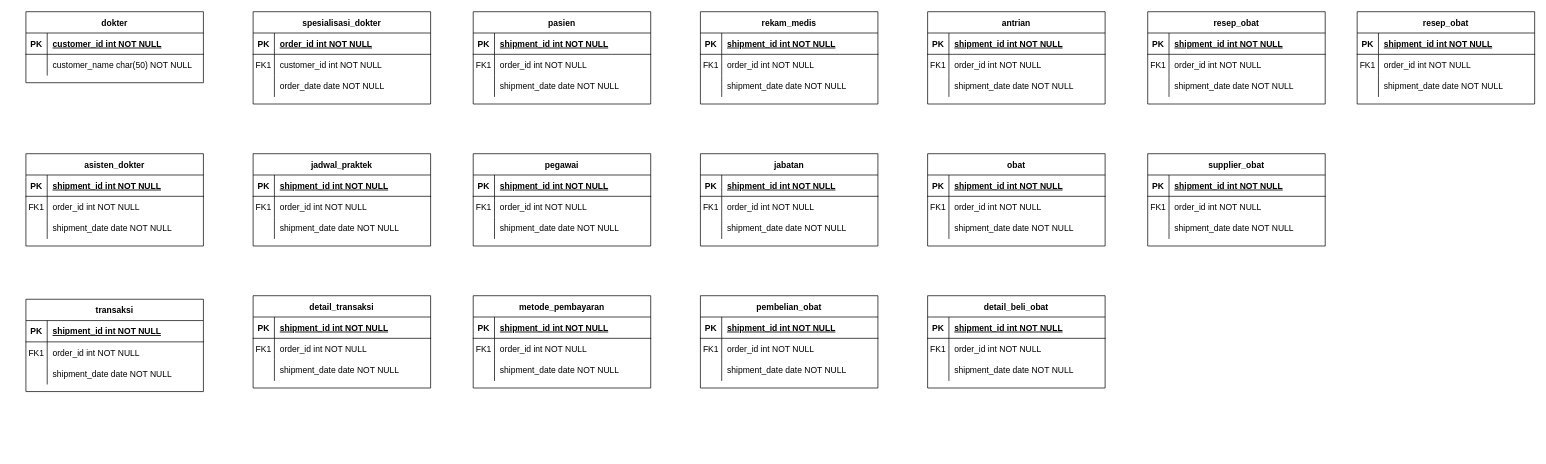
The draw.io diagram PDM_Klinik.drawio in elikawicaksana/BuildIT_BasisData, before the edit. Source tidied: cells renumbered, new cells numbered last; positions are measured from the earlier drawing's top-left corner, leaving out a move shared by most shapes. Both pictures are drawn from the tidied source at 71%, with x=0, y=0 at pixel (26, 11).
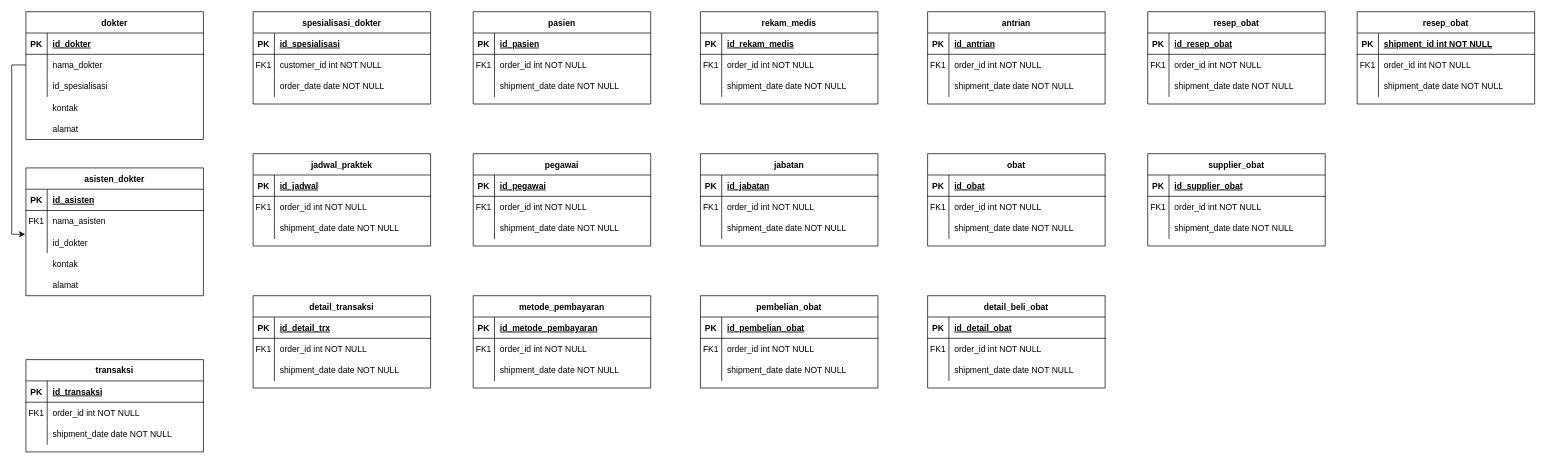
The same page after the edit.

Unchanged cells that the change refers to:
```xml
<mxCell id="3" style="shape=partialRectangle;fillColor=none;top=0;left=0;right=0;bottom=1;" parent="2" vertex="1">
  <mxGeometry y="30" width="250" height="30" as="geometry" />
</mxCell>
<mxCell id="13" style="shape=partialRectangle;fillColor=none;top=0;left=0;right=0;bottom=1;" parent="12" vertex="1">
  <mxGeometry y="30" width="250" height="30" as="geometry" />
</mxCell>
<mxCell id="16" style="shape=partialRectangle;fillColor=none;top=0;left=0;right=0;bottom=0;" parent="12" vertex="1">
  <mxGeometry y="60" width="250" height="30" as="geometry" />
</mxCell>
<mxCell id="19" style="shape=partialRectangle;fillColor=none;points=[[0,0.5],[1,0.5]];portConstraint=eastwest;top=0;left=0;right=0;bottom=0;" parent="12" vertex="1">
  <mxGeometry y="90" width="250" height="30" as="geometry" />
</mxCell>
<mxCell id="23" style="shape=partialRectangle;fillColor=none;top=0;left=0;right=0;bottom=1;" parent="22" vertex="1">
  <mxGeometry y="30" width="250" height="30" as="geometry" />
</mxCell>
<mxCell id="30" style="shape=partialRectangle;fillColor=none;top=0;left=0;right=0;bottom=1;" parent="29" vertex="1">
  <mxGeometry y="30" width="250" height="30" as="geometry" />
</mxCell>
<mxCell id="40" style="shape=partialRectangle;fillColor=none;top=0;left=0;right=0;bottom=1;" parent="39" vertex="1">
  <mxGeometry y="30" width="250" height="30" as="geometry" />
</mxCell>
<mxCell id="50" style="shape=partialRectangle;fillColor=none;top=0;left=0;right=0;bottom=1;" parent="49" vertex="1">
  <mxGeometry y="30" width="250" height="30" as="geometry" />
</mxCell>
<mxCell id="60" style="shape=partialRectangle;fillColor=none;top=0;left=0;right=0;bottom=1;" parent="59" vertex="1">
  <mxGeometry y="30" width="250" height="30" as="geometry" />
</mxCell>
<mxCell id="70" style="shape=partialRectangle;fillColor=none;top=0;left=0;right=0;bottom=1;" parent="69" vertex="1">
  <mxGeometry y="30" width="250" height="30" as="geometry" />
</mxCell>
<mxCell id="80" style="shape=partialRectangle;fillColor=none;top=0;left=0;right=0;bottom=1;" parent="79" vertex="1">
  <mxGeometry y="30" width="250" height="30" as="geometry" />
</mxCell>
<mxCell id="90" style="shape=partialRectangle;fillColor=none;top=0;left=0;right=0;bottom=1;" parent="89" vertex="1">
  <mxGeometry y="30" width="250" height="30" as="geometry" />
</mxCell>
<mxCell id="100" style="shape=partialRectangle;fillColor=none;top=0;left=0;right=0;bottom=1;" parent="99" vertex="1">
  <mxGeometry y="30" width="250" height="30" as="geometry" />
</mxCell>
<mxCell id="110" style="shape=partialRectangle;fillColor=none;top=0;left=0;right=0;bottom=1;" parent="109" vertex="1">
  <mxGeometry y="30" width="250" height="30" as="geometry" />
</mxCell>
<mxCell id="130" style="shape=partialRectangle;fillColor=none;top=0;left=0;right=0;bottom=1;" parent="129" vertex="1">
  <mxGeometry y="30" width="250" height="30" as="geometry" />
</mxCell>
<mxCell id="140" style="shape=partialRectangle;fillColor=none;top=0;left=0;right=0;bottom=1;" parent="139" vertex="1">
  <mxGeometry y="30" width="250" height="30" as="geometry" />
</mxCell>
<mxCell id="150" style="shape=partialRectangle;fillColor=none;top=0;left=0;right=0;bottom=1;" parent="149" vertex="1">
  <mxGeometry y="30" width="250" height="30" as="geometry" />
</mxCell>
<mxCell id="160" style="shape=partialRectangle;fillColor=none;top=0;left=0;right=0;bottom=1;" parent="159" vertex="1">
  <mxGeometry y="30" width="250" height="30" as="geometry" />
</mxCell>
<mxCell id="170" style="shape=partialRectangle;fillColor=none;top=0;left=0;right=0;bottom=1;" parent="169" vertex="1">
  <mxGeometry y="30" width="250" height="30" as="geometry" />
</mxCell>
```

Diff of the diagram source:
```diff
@@
-    <mxCell id="5" value="order_id int NOT NULL " style="shape=partialRectangle;overflow=hidden;fillColor=none;top=0;left=0;bottom=0;right=0;align=left;spacingLeft=6;fontStyle=5;" parent="3" vertex="1">
+    <mxCell id="5" value="id_spesialisasi" style="shape=partialRectangle;overflow=hidden;fillColor=none;top=0;left=0;bottom=0;right=0;align=left;spacingLeft=6;fontStyle=5;" parent="3" vertex="1">
       <mxGeometry x="30" width="220" height="30" as="geometry" />
     </mxCell>
@@
     <mxCell id="12" value="asisten_dokter" style="shape=table;startSize=30;childLayout=tableLayout;rowLines=0;fontStyle=1;align=center;" parent="1" vertex="1">
-      <mxGeometry y="200" width="250" height="130" as="geometry" />
+      <mxGeometry y="220" width="250" height="180" as="geometry" />
     </mxCell>
@@
-    <mxCell id="15" value="shipment_id int NOT NULL " style="shape=partialRectangle;overflow=hidden;fillColor=none;top=0;left=0;bottom=0;right=0;align=left;spacingLeft=6;fontStyle=5;" parent="13" vertex="1">
+    <mxCell id="15" value="id_asisten" style="shape=partialRectangle;overflow=hidden;fillColor=none;top=0;left=0;bottom=0;right=0;align=left;spacingLeft=6;fontStyle=5;" parent="13" vertex="1">
       <mxGeometry x="30" width="220" height="30" as="geometry" />
     </mxCell>
@@
-    <mxCell id="18" value="order_id int NOT NULL" style="shape=partialRectangle;overflow=hidden;fillColor=none;top=0;left=0;bottom=0;right=0;align=left;spacingLeft=6;" parent="16" vertex="1">
+    <mxCell id="18" value="nama_asisten" style="shape=partialRectangle;overflow=hidden;fillColor=none;top=0;left=0;bottom=0;right=0;align=left;spacingLeft=6;" parent="16" vertex="1">
       <mxGeometry x="30" width="220" height="30" as="geometry" />
     </mxCell>
@@
-    <mxCell id="21" value="shipment_date date NOT NULL" style="shape=partialRectangle;overflow=hidden;fillColor=none;top=0;left=0;bottom=0;right=0;align=left;spacingLeft=6;" parent="19" vertex="1">
+    <mxCell id="21" value="id_dokter" style="shape=partialRectangle;overflow=hidden;fillColor=none;top=0;left=0;bottom=0;right=0;align=left;spacingLeft=6;" parent="19" vertex="1">
       <mxGeometry x="30" width="220" height="30" as="geometry" />
     </mxCell>
     <mxCell id="22" value="dokter" style="shape=table;startSize=30;childLayout=tableLayout;rowLines=0;fontStyle=1;align=center;" parent="1" vertex="1">
-      <mxGeometry width="250" height="100" as="geometry" />
+      <mxGeometry width="250" height="180" as="geometry" />
     </mxCell>
@@
-    <mxCell id="25" value="customer_id int NOT NULL " style="shape=partialRectangle;overflow=hidden;fillColor=none;top=0;left=0;bottom=0;right=0;align=left;spacingLeft=6;fontStyle=5;" parent="23" vertex="1">
+    <mxCell id="25" value="id_dokter" style="shape=partialRectangle;overflow=hidden;fillColor=none;top=0;left=0;bottom=0;right=0;align=left;spacingLeft=6;fontStyle=5;" parent="23" vertex="1">
       <mxGeometry x="30" width="220" height="30" as="geometry" />
     </mxCell>
+    <mxCell id="179" style="shape=partialRectangle;fillColor=none;points=[[0,0.5],[1,0.5]];portConstraint=eastwest;top=0;left=0;right=0;bottom=0;" parent="22" vertex="1">
+      <mxGeometry y="60" width="250" height="30" as="geometry" />
+    </mxCell>
+    <mxCell id="180" style="shape=partialRectangle;overflow=hidden;fillColor=none;top=0;left=0;bottom=0;right=0;" parent="179" vertex="1">
+      <mxGeometry width="30" height="30" as="geometry" />
+    </mxCell>
+    <mxCell id="181" value="nama_dokter" style="shape=partialRectangle;overflow=hidden;fillColor=none;top=0;left=0;bottom=0;right=0;align=left;spacingLeft=6;" parent="179" vertex="1">
+      <mxGeometry x="30" width="220" height="30" as="geometry" />
+    </mxCell>
     <mxCell id="26" style="shape=partialRectangle;fillColor=none;top=0;left=0;right=0;bottom=0;" parent="22" vertex="1">
-      <mxGeometry y="60" width="250" height="30" as="geometry" />
+      <mxGeometry y="90" width="250" height="30" as="geometry" />
     </mxCell>
@@
-    <mxCell id="28" value="customer_name char(50) NOT NULL" style="shape=partialRectangle;overflow=hidden;fillColor=none;top=0;left=0;bottom=0;right=0;align=left;spacingLeft=6;" parent="26" vertex="1">
+    <mxCell id="28" value="id_spesialisasi" style="shape=partialRectangle;overflow=hidden;fillColor=none;top=0;left=0;bottom=0;right=0;align=left;spacingLeft=6;" parent="26" vertex="1">
       <mxGeometry x="30" width="220" height="30" as="geometry" />
     </mxCell>
@@
-    <mxCell id="32" value="shipment_id int NOT NULL " style="shape=partialRectangle;overflow=hidden;fillColor=none;top=0;left=0;bottom=0;right=0;align=left;spacingLeft=6;fontStyle=5;" parent="30" vertex="1">
+    <mxCell id="32" value="id_jadwal" style="shape=partialRectangle;overflow=hidden;fillColor=none;top=0;left=0;bottom=0;right=0;align=left;spacingLeft=6;fontStyle=5;" parent="30" vertex="1">
       <mxGeometry x="30" width="220" height="30" as="geometry" />
     </mxCell>
@@
-    <mxCell id="42" value="shipment_id int NOT NULL " style="shape=partialRectangle;overflow=hidden;fillColor=none;top=0;left=0;bottom=0;right=0;align=left;spacingLeft=6;fontStyle=5;" parent="40" vertex="1">
+    <mxCell id="42" value="id_pasien" style="shape=partialRectangle;overflow=hidden;fillColor=none;top=0;left=0;bottom=0;right=0;align=left;spacingLeft=6;fontStyle=5;" parent="40" vertex="1">
       <mxGeometry x="30" width="220" height="30" as="geometry" />
     </mxCell>
@@
-    <mxCell id="52" value="shipment_id int NOT NULL " style="shape=partialRectangle;overflow=hidden;fillColor=none;top=0;left=0;bottom=0;right=0;align=left;spacingLeft=6;fontStyle=5;" parent="50" vertex="1">
+    <mxCell id="52" value="id_pegawai" style="shape=partialRectangle;overflow=hidden;fillColor=none;top=0;left=0;bottom=0;right=0;align=left;spacingLeft=6;fontStyle=5;" parent="50" vertex="1">
       <mxGeometry x="30" width="220" height="30" as="geometry" />
     </mxCell>
@@
-    <mxCell id="62" value="shipment_id int NOT NULL " style="shape=partialRectangle;overflow=hidden;fillColor=none;top=0;left=0;bottom=0;right=0;align=left;spacingLeft=6;fontStyle=5;" parent="60" vertex="1">
+    <mxCell id="62" value="id_jabatan" style="shape=partialRectangle;overflow=hidden;fillColor=none;top=0;left=0;bottom=0;right=0;align=left;spacingLeft=6;fontStyle=5;" parent="60" vertex="1">
       <mxGeometry x="30" width="220" height="30" as="geometry" />
     </mxCell>
@@
-    <mxCell id="72" value="shipment_id int NOT NULL " style="shape=partialRectangle;overflow=hidden;fillColor=none;top=0;left=0;bottom=0;right=0;align=left;spacingLeft=6;fontStyle=5;" parent="70" vertex="1">
+    <mxCell id="72" value="id_rekam_medis" style="shape=partialRectangle;overflow=hidden;fillColor=none;top=0;left=0;bottom=0;right=0;align=left;spacingLeft=6;fontStyle=5;" parent="70" vertex="1">
       <mxGeometry x="30" width="220" height="30" as="geometry" />
     </mxCell>
@@
-    <mxCell id="82" value="shipment_id int NOT NULL " style="shape=partialRectangle;overflow=hidden;fillColor=none;top=0;left=0;bottom=0;right=0;align=left;spacingLeft=6;fontStyle=5;" parent="80" vertex="1">
+    <mxCell id="82" value="id_antrian" style="shape=partialRectangle;overflow=hidden;fillColor=none;top=0;left=0;bottom=0;right=0;align=left;spacingLeft=6;fontStyle=5;" parent="80" vertex="1">
       <mxGeometry x="30" width="220" height="30" as="geometry" />
     </mxCell>
@@
-    <mxCell id="92" value="shipment_id int NOT NULL " style="shape=partialRectangle;overflow=hidden;fillColor=none;top=0;left=0;bottom=0;right=0;align=left;spacingLeft=6;fontStyle=5;" parent="90" vertex="1">
+    <mxCell id="92" value="id_obat" style="shape=partialRectangle;overflow=hidden;fillColor=none;top=0;left=0;bottom=0;right=0;align=left;spacingLeft=6;fontStyle=5;" parent="90" vertex="1">
       <mxGeometry x="30" width="220" height="30" as="geometry" />
     </mxCell>
@@
-    <mxCell id="102" value="shipment_id int NOT NULL " style="shape=partialRectangle;overflow=hidden;fillColor=none;top=0;left=0;bottom=0;right=0;align=left;spacingLeft=6;fontStyle=5;" parent="100" vertex="1">
+    <mxCell id="102" value="id_supplier_obat" style="shape=partialRectangle;overflow=hidden;fillColor=none;top=0;left=0;bottom=0;right=0;align=left;spacingLeft=6;fontStyle=5;" parent="100" vertex="1">
       <mxGeometry x="30" width="220" height="30" as="geometry" />
     </mxCell>
@@
-    <mxCell id="112" value="shipment_id int NOT NULL " style="shape=partialRectangle;overflow=hidden;fillColor=none;top=0;left=0;bottom=0;right=0;align=left;spacingLeft=6;fontStyle=5;" parent="110" vertex="1">
+    <mxCell id="112" value="id_resep_obat" style="shape=partialRectangle;overflow=hidden;fillColor=none;top=0;left=0;bottom=0;right=0;align=left;spacingLeft=6;fontStyle=5;" parent="110" vertex="1">
       <mxGeometry x="30" width="220" height="30" as="geometry" />
     </mxCell>
@@
     <mxCell id="129" value="transaksi" style="shape=table;startSize=30;childLayout=tableLayout;rowLines=0;fontStyle=1;align=center;" parent="1" vertex="1">
-      <mxGeometry y="405" width="250" height="130" as="geometry" />
+      <mxGeometry y="490" width="250" height="130" as="geometry" />
     </mxCell>
@@
-    <mxCell id="132" value="shipment_id int NOT NULL " style="shape=partialRectangle;overflow=hidden;fillColor=none;top=0;left=0;bottom=0;right=0;align=left;spacingLeft=6;fontStyle=5;" parent="130" vertex="1">
+    <mxCell id="132" value="id_transaksi" style="shape=partialRectangle;overflow=hidden;fillColor=none;top=0;left=0;bottom=0;right=0;align=left;spacingLeft=6;fontStyle=5;" parent="130" vertex="1">
       <mxGeometry x="30" width="220" height="30" as="geometry" />
     </mxCell>
@@
-    <mxCell id="142" value="shipment_id int NOT NULL " style="shape=partialRectangle;overflow=hidden;fillColor=none;top=0;left=0;bottom=0;right=0;align=left;spacingLeft=6;fontStyle=5;" parent="140" vertex="1">
+    <mxCell id="142" value="id_detail_trx" style="shape=partialRectangle;overflow=hidden;fillColor=none;top=0;left=0;bottom=0;right=0;align=left;spacingLeft=6;fontStyle=5;" parent="140" vertex="1">
       <mxGeometry x="30" width="220" height="30" as="geometry" />
     </mxCell>
@@
-    <mxCell id="152" value="shipment_id int NOT NULL " style="shape=partialRectangle;overflow=hidden;fillColor=none;top=0;left=0;bottom=0;right=0;align=left;spacingLeft=6;fontStyle=5;" parent="150" vertex="1">
+    <mxCell id="152" value="id_metode_pembayaran" style="shape=partialRectangle;overflow=hidden;fillColor=none;top=0;left=0;bottom=0;right=0;align=left;spacingLeft=6;fontStyle=5;" parent="150" vertex="1">
       <mxGeometry x="30" width="220" height="30" as="geometry" />
     </mxCell>
@@
-    <mxCell id="162" value="shipment_id int NOT NULL " style="shape=partialRectangle;overflow=hidden;fillColor=none;top=0;left=0;bottom=0;right=0;align=left;spacingLeft=6;fontStyle=5;" parent="160" vertex="1">
+    <mxCell id="162" value="id_pembelian_obat" style="shape=partialRectangle;overflow=hidden;fillColor=none;top=0;left=0;bottom=0;right=0;align=left;spacingLeft=6;fontStyle=5;" parent="160" vertex="1">
       <mxGeometry x="30" width="220" height="30" as="geometry" />
     </mxCell>
@@
-    <mxCell id="172" value="shipment_id int NOT NULL " style="shape=partialRectangle;overflow=hidden;fillColor=none;top=0;left=0;bottom=0;right=0;align=left;spacingLeft=6;fontStyle=5;" parent="170" vertex="1">
+    <mxCell id="172" value="id_detail_obat" style="shape=partialRectangle;overflow=hidden;fillColor=none;top=0;left=0;bottom=0;right=0;align=left;spacingLeft=6;fontStyle=5;" parent="170" vertex="1">
       <mxGeometry x="30" width="220" height="30" as="geometry" />
     </mxCell>
@@
+    <mxCell id="182" style="edgeStyle=orthogonalEdgeStyle;rounded=0;jettySize=auto;html=1;entryX=-0.004;entryY=0.112;entryDx=0;entryDy=0;entryPerimeter=0;" parent="1" edge="1" source="179" target="19">
+      <mxGeometry relative="1" as="geometry" />
+    </mxCell>
+    <mxCell id="183" value="kontak" style="shape=partialRectangle;overflow=hidden;fillColor=none;top=0;left=0;bottom=0;right=0;align=left;spacingLeft=6;" parent="1" vertex="1">
+      <mxGeometry x="30" y="120" width="220" height="30" as="geometry" />
+    </mxCell>
+    <mxCell id="184" value="alamat" style="shape=partialRectangle;overflow=hidden;fillColor=none;top=0;left=0;bottom=0;right=0;align=left;spacingLeft=6;" parent="1" vertex="1">
+      <mxGeometry x="30" y="150" width="220" height="30" as="geometry" />
+    </mxCell>
+    <mxCell id="185" value="kontak" style="shape=partialRectangle;overflow=hidden;fillColor=none;top=0;left=0;bottom=0;right=0;align=left;spacingLeft=6;" parent="1" vertex="1">
+      <mxGeometry x="30" y="340" width="220" height="30" as="geometry" />
+    </mxCell>
+    <mxCell id="186" value="alamat" style="shape=partialRectangle;overflow=hidden;fillColor=none;top=0;left=0;bottom=0;right=0;align=left;spacingLeft=6;" parent="1" vertex="1">
+      <mxGeometry x="30" y="370" width="220" height="30" as="geometry" />
+    </mxCell>
```
